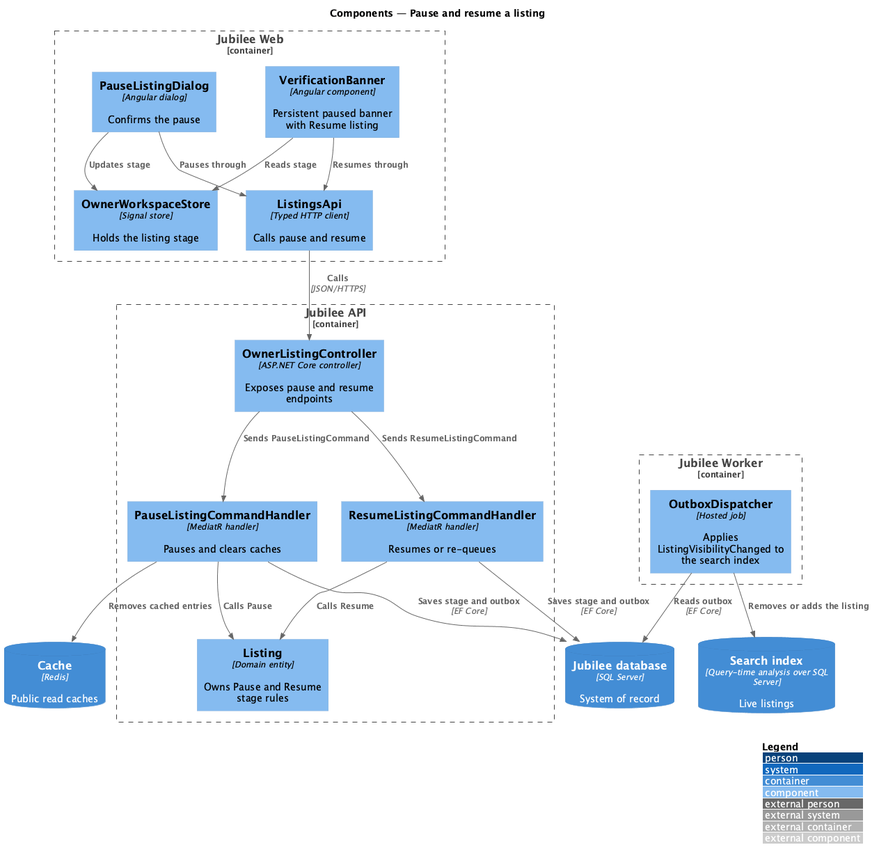
QuinntyneBrown/jubilee keeps this PlantUML diagram as docs/detailed-designs/owner-workspace/pause-listing/diagrams/c4-component.png. Above is the earlier version.
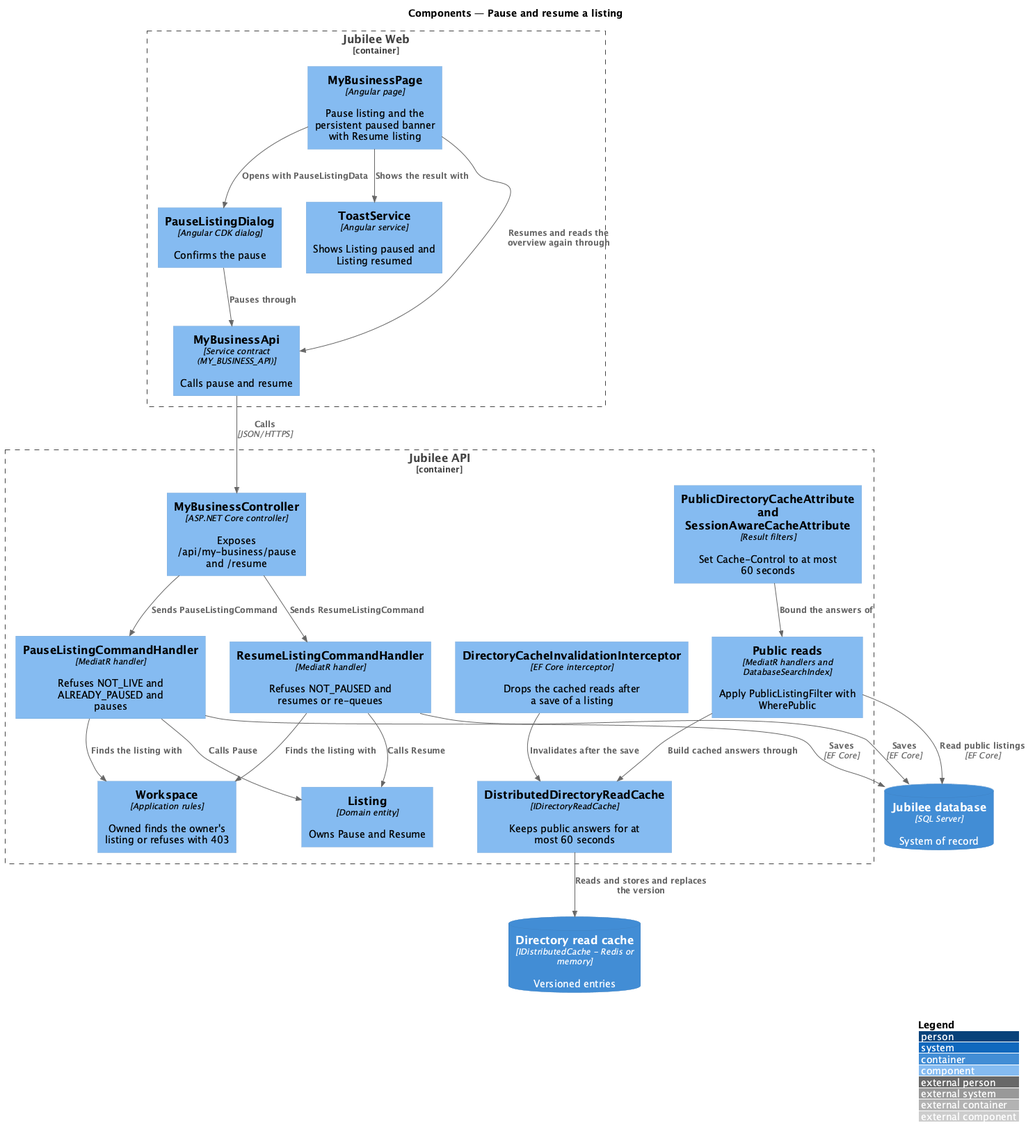
Later version of the same file.

Diff of the diagram source:
```diff
@@ -4,36 +4,41 @@
 title Components — Pause and resume a listing
 
 Container_Boundary(web, "Jubilee Web") {
-  Component(dialog, "PauseListingDialog", "Angular dialog", "Confirms the pause")
-  Component(banner, "VerificationBanner", "Angular component", "Persistent paused banner with Resume listing")
-  Component(store, "OwnerWorkspaceStore", "Signal store", "Holds the listing stage")
-  Component(client, "ListingsApi", "Typed HTTP client", "Calls pause and resume")
+  Component(page, "MyBusinessPage", "Angular page", "Pause listing and the persistent paused banner with Resume listing")
+  Component(dialog, "PauseListingDialog", "Angular CDK dialog", "Confirms the pause")
+  Component(toast, "ToastService", "Angular service", "Shows Listing paused and Listing resumed")
+  Component(client, "MyBusinessApi", "Service contract (MY_BUSINESS_API)", "Calls pause and resume")
 }
 Container_Boundary(api, "Jubilee API") {
-  Component(ctrl, "OwnerListingController", "ASP.NET Core controller", "Exposes pause and resume endpoints")
-  Component(pause, "PauseListingCommandHandler", "MediatR handler", "Pauses and clears caches")
-  Component(resume, "ResumeListingCommandHandler", "MediatR handler", "Resumes or re-queues")
-  Component(listing, "Listing", "Domain entity", "Owns Pause and Resume stage rules")
-}
-Container_Boundary(worker, "Jubilee Worker") {
-  Component(outbox, "OutboxDispatcher", "Hosted job", "Applies ListingVisibilityChanged to the search index")
+  Component(ctrl, "MyBusinessController", "ASP.NET Core controller", "Exposes /api/my-business/pause and /resume")
+  Component(rules, "Workspace", "Application rules", "Owned finds the owner's listing or refuses with 403")
+  Component(pause, "PauseListingCommandHandler", "MediatR handler", "Refuses NOT_LIVE and ALREADY_PAUSED and pauses")
+  Component(resume, "ResumeListingCommandHandler", "MediatR handler", "Refuses NOT_PAUSED and resumes or re-queues")
+  Component(listing, "Listing", "Domain entity", "Owns Pause and Resume")
+  Component(interceptor, "DirectoryCacheInvalidationInterceptor", "EF Core interceptor", "Drops the cached reads after a save of a listing")
+  Component(readcache, "DistributedDirectoryReadCache", "IDirectoryReadCache", "Keeps public answers for at most 60 seconds")
+  Component(reads, "Public reads", "MediatR handlers and DatabaseSearchIndex", "Apply PublicListingFilter with WherePublic")
+  Component(filters, "PublicDirectoryCacheAttribute and SessionAwareCacheAttribute", "Result filters", "Set Cache-Control to at most 60 seconds")
 }
 ContainerDb(db, "Jubilee database", "SQL Server", "System of record")
-ContainerDb(cache, "Cache", "Redis", "Public read caches")
-ContainerDb(search, "Search index", "Query-time analysis over SQL Server", "Live listings")
+ContainerDb(cache, "Directory read cache", "IDistributedCache - Redis or memory", "Versioned entries")
 
+Rel(page, dialog, "Opens with PauseListingData")
 Rel(dialog, client, "Pauses through")
-Rel(banner, client, "Resumes through")
-Rel(dialog, store, "Updates stage")
-Rel(banner, store, "Reads stage")
+Rel(page, client, "Resumes and reads the overview again through")
+Rel(page, toast, "Shows the result with")
 Rel(client, ctrl, "Calls", "JSON/HTTPS")
 Rel(ctrl, pause, "Sends PauseListingCommand")
 Rel(ctrl, resume, "Sends ResumeListingCommand")
+Rel(pause, rules, "Finds the listing with")
+Rel(resume, rules, "Finds the listing with")
 Rel(pause, listing, "Calls Pause")
 Rel(resume, listing, "Calls Resume")
-Rel(pause, db, "Saves stage and outbox", "EF Core")
-Rel(resume, db, "Saves stage and outbox", "EF Core")
-Rel(pause, cache, "Removes cached entries")
-Rel(outbox, db, "Reads outbox", "EF Core")
-Rel(outbox, search, "Removes or adds the listing")
+Rel(pause, db, "Saves", "EF Core")
+Rel(resume, db, "Saves", "EF Core")
+Rel(interceptor, readcache, "Invalidates after the save")
+Rel(readcache, cache, "Reads and stores and replaces the version")
+Rel(reads, readcache, "Build cached answers through")
+Rel(reads, db, "Read public listings", "EF Core")
+Rel(filters, reads, "Bound the answers of")
 @enduml
```
